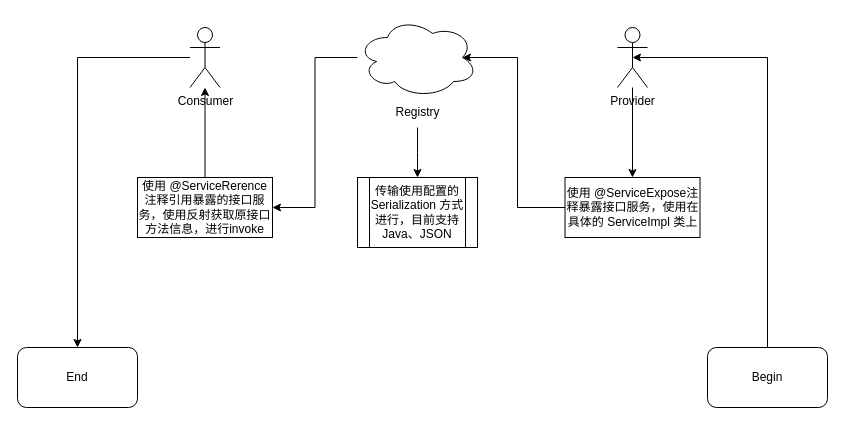
Earlier version of the draw.io diagram draw.io/my-rpc.drawio (RealBeBetter/image). Source tidied: cells renumbered, new cells numbered last; positions are measured from the earlier drawing's top-left corner, leaving out a move shared by most shapes. Both pictures are drawn from the tidied source at 100%, with x=0, y=0 at pixel (17, 17).
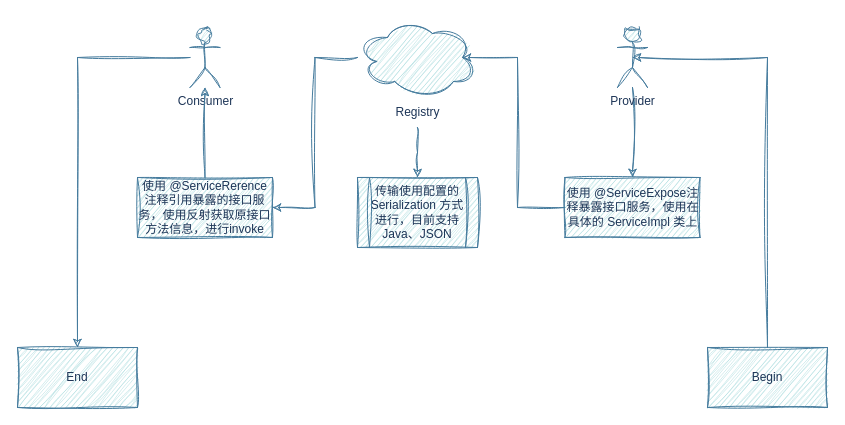
Above is the later version.

Diff of the diagram source:
```diff
@@
-    <mxCell id="2" style="edgeStyle=orthogonalEdgeStyle;rounded=0;jettySize=auto;html=1;entryX=0.5;entryY=0.5;entryDx=0;entryDy=0;entryPerimeter=0;" parent="1" edge="1" source="3" target="10">
+    <mxCell id="2" style="edgeStyle=orthogonalEdgeStyle;rounded=0;jettySize=auto;html=1;entryX=0.5;entryY=0.5;entryDx=0;entryDy=0;entryPerimeter=0;labelBackgroundColor=none;fontColor=default;strokeColor=#457B9D;sketch=1;curveFitting=1;jiggle=2;" parent="1" edge="1" source="3" target="10">
       <mxGeometry relative="1" as="geometry">
         <Array as="points">
           <mxPoint x="750" y="40" />
         </Array>
       </mxGeometry>
     </mxCell>
-    <mxCell id="3" value="Begin" style="rounded=1;whiteSpace=wrap;html=1;" parent="1" vertex="1">
+    <mxCell id="3" value="Begin" style="rounded=0;whiteSpace=wrap;html=1;labelBackgroundColor=none;fillColor=#A8DADC;strokeColor=#457B9D;fontColor=#1D3557;sketch=1;curveFitting=1;jiggle=2;" parent="1" vertex="1">
       <mxGeometry x="690" y="330" width="120" height="60" as="geometry" />
     </mxCell>
-    <mxCell id="4" style="edgeStyle=orthogonalEdgeStyle;rounded=0;jettySize=auto;html=1;entryX=0.875;entryY=0.5;entryDx=0;entryDy=0;entryPerimeter=0;" parent="1" edge="1" source="5" target="12">
+    <mxCell id="4" style="edgeStyle=orthogonalEdgeStyle;rounded=0;jettySize=auto;html=1;entryX=0.875;entryY=0.5;entryDx=0;entryDy=0;entryPerimeter=0;labelBackgroundColor=none;fontColor=default;strokeColor=#457B9D;sketch=1;curveFitting=1;jiggle=2;" parent="1" edge="1" source="5" target="12">
       <mxGeometry relative="1" as="geometry">
         <Array as="points">
           <mxPoint x="500" y="190" />
           <mxPoint x="500" y="40" />
         </Array>
       </mxGeometry>
     </mxCell>
-    <mxCell id="5" value="使用 @ServiceExpose注释暴露接口服务，使用在具体的 ServiceImpl 类上" style="rounded=0;whiteSpace=wrap;html=1;" parent="1" vertex="1">
+    <mxCell id="5" value="使用 @ServiceExpose注释暴露接口服务，使用在具体的 ServiceImpl 类上" style="rounded=0;whiteSpace=wrap;html=1;labelBackgroundColor=none;fillColor=#A8DADC;strokeColor=#457B9D;fontColor=#1D3557;sketch=1;curveFitting=1;jiggle=2;" parent="1" vertex="1">
       <mxGeometry x="547.5" y="160" width="135" height="60" as="geometry" />
     </mxCell>
-    <mxCell id="6" value="End" style="rounded=1;whiteSpace=wrap;html=1;" parent="1" vertex="1">
+    <mxCell id="6" value="End" style="rounded=0;whiteSpace=wrap;html=1;labelBackgroundColor=none;fillColor=#A8DADC;strokeColor=#457B9D;fontColor=#1D3557;sketch=1;curveFitting=1;jiggle=2;" parent="1" vertex="1">
       <mxGeometry y="330" width="120" height="60" as="geometry" />
     </mxCell>
-    <mxCell id="7" style="edgeStyle=orthogonalEdgeStyle;rounded=0;jettySize=auto;html=1;" parent="1" edge="1" source="8" target="6">
+    <mxCell id="7" style="edgeStyle=orthogonalEdgeStyle;rounded=0;jettySize=auto;html=1;labelBackgroundColor=none;fontColor=default;strokeColor=#457B9D;sketch=1;curveFitting=1;jiggle=2;" parent="1" edge="1" source="8" target="6">
       <mxGeometry relative="1" as="geometry" />
     </mxCell>
-    <mxCell id="8" value="Consumer" style="shape=umlActor;verticalLabelPosition=bottom;verticalAlign=top;html=1;" parent="1" vertex="1">
+    <mxCell id="8" value="Consumer" style="shape=umlActor;verticalLabelPosition=bottom;verticalAlign=top;html=1;labelBackgroundColor=none;rounded=0;fillColor=#A8DADC;strokeColor=#457B9D;fontColor=#1D3557;sketch=1;curveFitting=1;jiggle=2;" parent="1" vertex="1">
       <mxGeometry x="172.5" y="10" width="30" height="60" as="geometry" />
     </mxCell>
-    <mxCell id="9" style="edgeStyle=orthogonalEdgeStyle;rounded=0;jettySize=auto;html=1;entryX=0.5;entryY=0;entryDx=0;entryDy=0;" parent="1" edge="1" source="10" target="5">
+    <mxCell id="9" style="edgeStyle=orthogonalEdgeStyle;rounded=0;jettySize=auto;html=1;entryX=0.5;entryY=0;entryDx=0;entryDy=0;labelBackgroundColor=none;fontColor=default;strokeColor=#457B9D;sketch=1;curveFitting=1;jiggle=2;" parent="1" edge="1" source="10" target="5">
       <mxGeometry relative="1" as="geometry" />
     </mxCell>
-    <mxCell id="10" value="Provider" style="shape=umlActor;verticalLabelPosition=bottom;verticalAlign=top;html=1;" parent="1" vertex="1">
+    <mxCell id="10" value="Provider" style="shape=umlActor;verticalLabelPosition=bottom;verticalAlign=top;html=1;labelBackgroundColor=none;rounded=0;fillColor=#A8DADC;strokeColor=#457B9D;fontColor=#1D3557;sketch=1;curveFitting=1;jiggle=2;" parent="1" vertex="1">
       <mxGeometry x="600" y="10" width="30" height="60" as="geometry" />
     </mxCell>
-    <mxCell id="11" style="edgeStyle=orthogonalEdgeStyle;rounded=0;jettySize=auto;html=1;entryX=1;entryY=0.5;entryDx=0;entryDy=0;" parent="1" edge="1" source="12" target="16">
+    <mxCell id="11" style="edgeStyle=orthogonalEdgeStyle;rounded=0;jettySize=auto;html=1;entryX=1;entryY=0.5;entryDx=0;entryDy=0;labelBackgroundColor=none;fontColor=default;strokeColor=#457B9D;sketch=1;curveFitting=1;jiggle=2;" parent="1" edge="1" source="12" target="16">
       <mxGeometry relative="1" as="geometry" />
     </mxCell>
-    <mxCell id="12" style="ellipse;shape=cloud;whiteSpace=wrap;html=1;" parent="1" vertex="1">
+    <mxCell id="12" style="ellipse;shape=cloud;whiteSpace=wrap;html=1;labelBackgroundColor=none;rounded=0;fillColor=#A8DADC;strokeColor=#457B9D;fontColor=#1D3557;sketch=1;curveFitting=1;jiggle=2;" parent="1" vertex="1">
       <mxGeometry x="340" width="120" height="80" as="geometry" />
     </mxCell>
-    <mxCell id="13" style="edgeStyle=orthogonalEdgeStyle;rounded=0;jettySize=auto;html=1;entryX=0.5;entryY=1;entryDx=0;entryDy=0;" parent="1" edge="1" source="14">
+    <mxCell id="13" style="edgeStyle=orthogonalEdgeStyle;rounded=0;jettySize=auto;html=1;entryX=0.5;entryY=1;entryDx=0;entryDy=0;labelBackgroundColor=none;fontColor=default;strokeColor=#457B9D;sketch=1;curveFitting=1;jiggle=2;" parent="1" edge="1" source="14">
       <mxGeometry relative="1" as="geometry">
         <mxPoint x="400" y="160" as="targetPoint" />
       </mxGeometry>
     </mxCell>
-    <mxCell id="14" value="Registry" style="text;html=1;align=center;verticalAlign=middle;points=[];strokeColor=none;fillColor=none;" parent="1" vertex="1">
+    <mxCell id="14" value="Registry" style="text;html=1;align=center;verticalAlign=middle;points=[];strokeColor=none;fillColor=none;labelBackgroundColor=none;rounded=0;fontColor=#1D3557;sketch=1;curveFitting=1;jiggle=2;" parent="1" vertex="1">
       <mxGeometry x="365" y="80" width="70" height="30" as="geometry" />
     </mxCell>
-    <mxCell id="15" style="edgeStyle=orthogonalEdgeStyle;rounded=0;jettySize=auto;html=1;" parent="1" edge="1" source="16" target="8">
+    <mxCell id="15" style="edgeStyle=orthogonalEdgeStyle;rounded=0;jettySize=auto;html=1;labelBackgroundColor=none;fontColor=default;strokeColor=#457B9D;sketch=1;curveFitting=1;jiggle=2;" parent="1" edge="1" source="16" target="8">
       <mxGeometry relative="1" as="geometry" />
     </mxCell>
-    <mxCell id="16" value="使用 @ServiceRerence注释引用暴露的接口服务，使用反射获取原接口方法信息，进行invoke" style="rounded=0;whiteSpace=wrap;html=1;" parent="1" vertex="1">
+    <mxCell id="16" value="使用 @ServiceRerence注释引用暴露的接口服务，使用反射获取原接口方法信息，进行invoke" style="rounded=0;whiteSpace=wrap;html=1;labelBackgroundColor=none;fillColor=#A8DADC;strokeColor=#457B9D;fontColor=#1D3557;sketch=1;curveFitting=1;jiggle=2;" parent="1" vertex="1">
       <mxGeometry x="120" y="160" width="135" height="60" as="geometry" />
     </mxCell>
-    <mxCell id="17" value="传输使用配置的 Serialization 方式进行，目前支持 Java、JSON" style="shape=process;whiteSpace=wrap;html=1;backgroundOutline=1;" parent="1" vertex="1">
+    <mxCell id="17" value="传输使用配置的 Serialization 方式进行，目前支持 Java、JSON" style="shape=process;whiteSpace=wrap;html=1;backgroundOutline=1;labelBackgroundColor=none;rounded=0;fillColor=#A8DADC;strokeColor=#457B9D;fontColor=#1D3557;sketch=1;curveFitting=1;jiggle=2;" parent="1" vertex="1">
       <mxGeometry x="340" y="160" width="120" height="70" as="geometry" />
     </mxCell>
```
